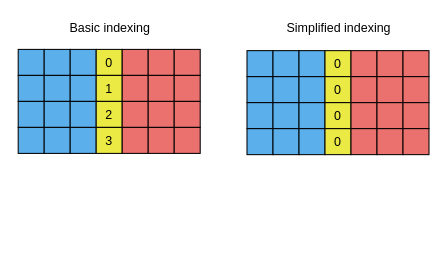
The draw.io diagram page "ThreadDivergence" (3 of 9) of en/img/warp_per_shift.drawio in MK4H/DPText, before the edit. Source tidied: cells renumbered, new cells numbered last; positions are measured from the earlier drawing's top-left corner, leaving out a move shared by most shapes. Both pictures are drawn from the tidied source at 104%, with x=0, y=0 at pixel (18, 18).
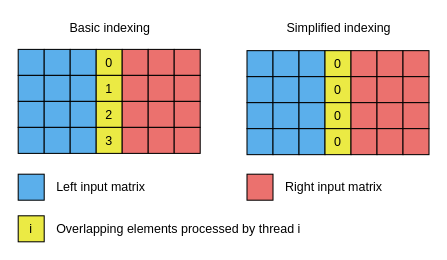
After the change.

The edit, as a diff of the source:
```diff
@@
+    <mxCell id="60" style="rounded=0;whiteSpace=wrap;html=1;fillColor=#5BAFEB;" parent="1" vertex="1">
+      <mxGeometry y="150" width="25" height="25" as="geometry" />
+    </mxCell>
+    <mxCell id="61" style="rounded=0;whiteSpace=wrap;html=1;fillColor=#EB716E;" parent="1" vertex="1">
+      <mxGeometry x="220" y="150" width="25" height="25" as="geometry" />
+    </mxCell>
+    <mxCell id="62" value="i" style="rounded=0;whiteSpace=wrap;html=1;fillColor=#EBEA44;" parent="1" vertex="1">
+      <mxGeometry y="190" width="25" height="25" as="geometry" />
+    </mxCell>
+    <mxCell id="63" value="Left input matrix" style="text;html=1;align=left;verticalAlign=middle;strokeColor=none;fillColor=none;" parent="1" vertex="1">
+      <mxGeometry x="35" y="152.5" width="100" height="20" as="geometry" />
+    </mxCell>
+    <mxCell id="64" value="Right input matrix" style="text;html=1;align=left;verticalAlign=middle;strokeColor=none;fillColor=none;" parent="1" vertex="1">
+      <mxGeometry x="255" y="152.5" width="110" height="20" as="geometry" />
+    </mxCell>
+    <mxCell id="65" value="Overlapping elements processed by thread i" style="text;html=1;align=left;verticalAlign=middle;strokeColor=none;fillColor=none;" parent="1" vertex="1">
+      <mxGeometry x="35" y="192.5" width="250" height="20" as="geometry" />
+    </mxCell>
```
